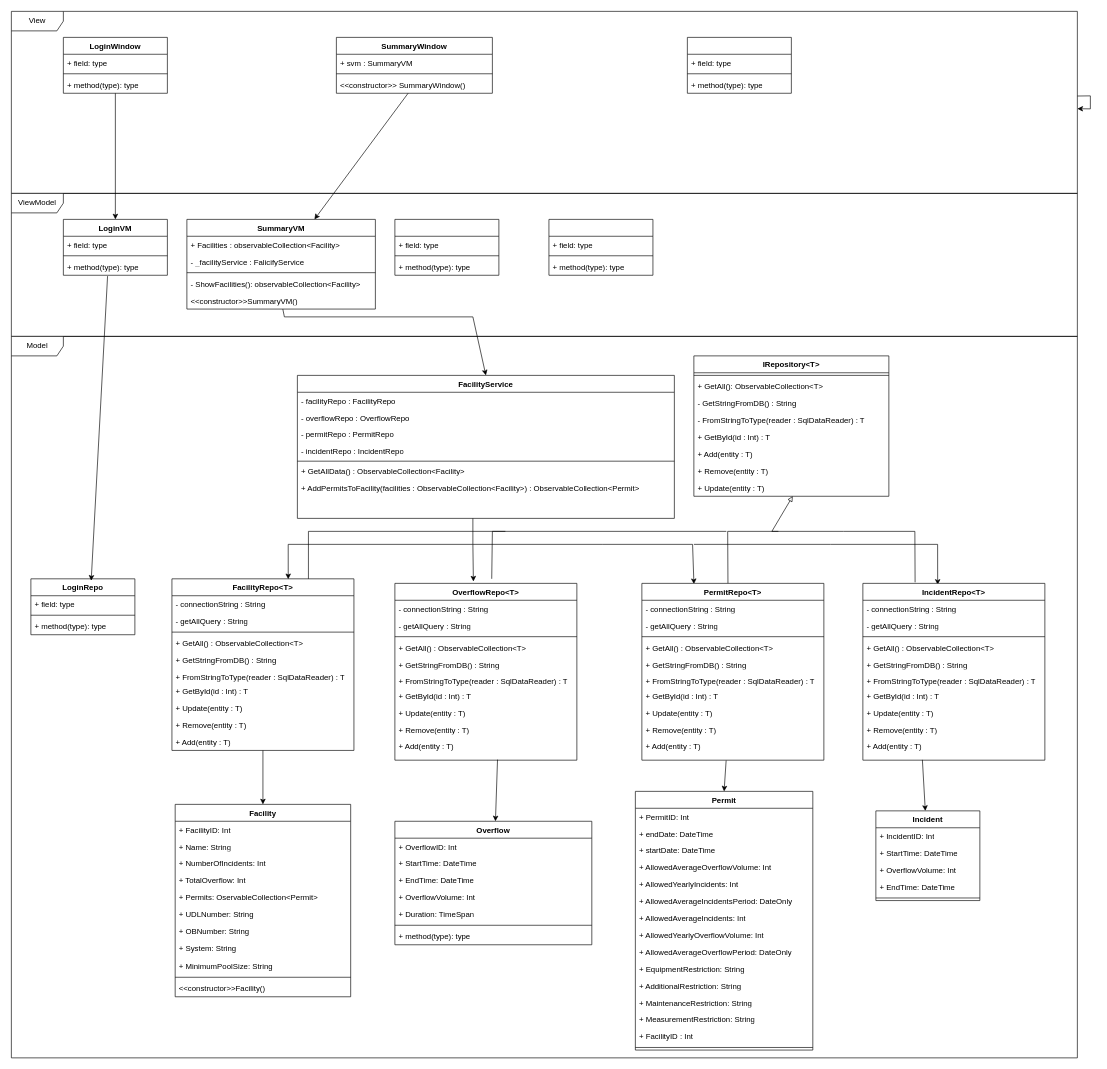
Above: page "DCD" (2 of 3) of SD og DCD final.drawio in DScharla/T14 (draw.io), before the change. Source tidied: cells renumbered, new cells numbered last; positions are measured from the earlier drawing's top-left corner, leaving out a move shared by most shapes. Both pictures are drawn from the tidied source at 65%, with x=0, y=0 at pixel (11, 11).
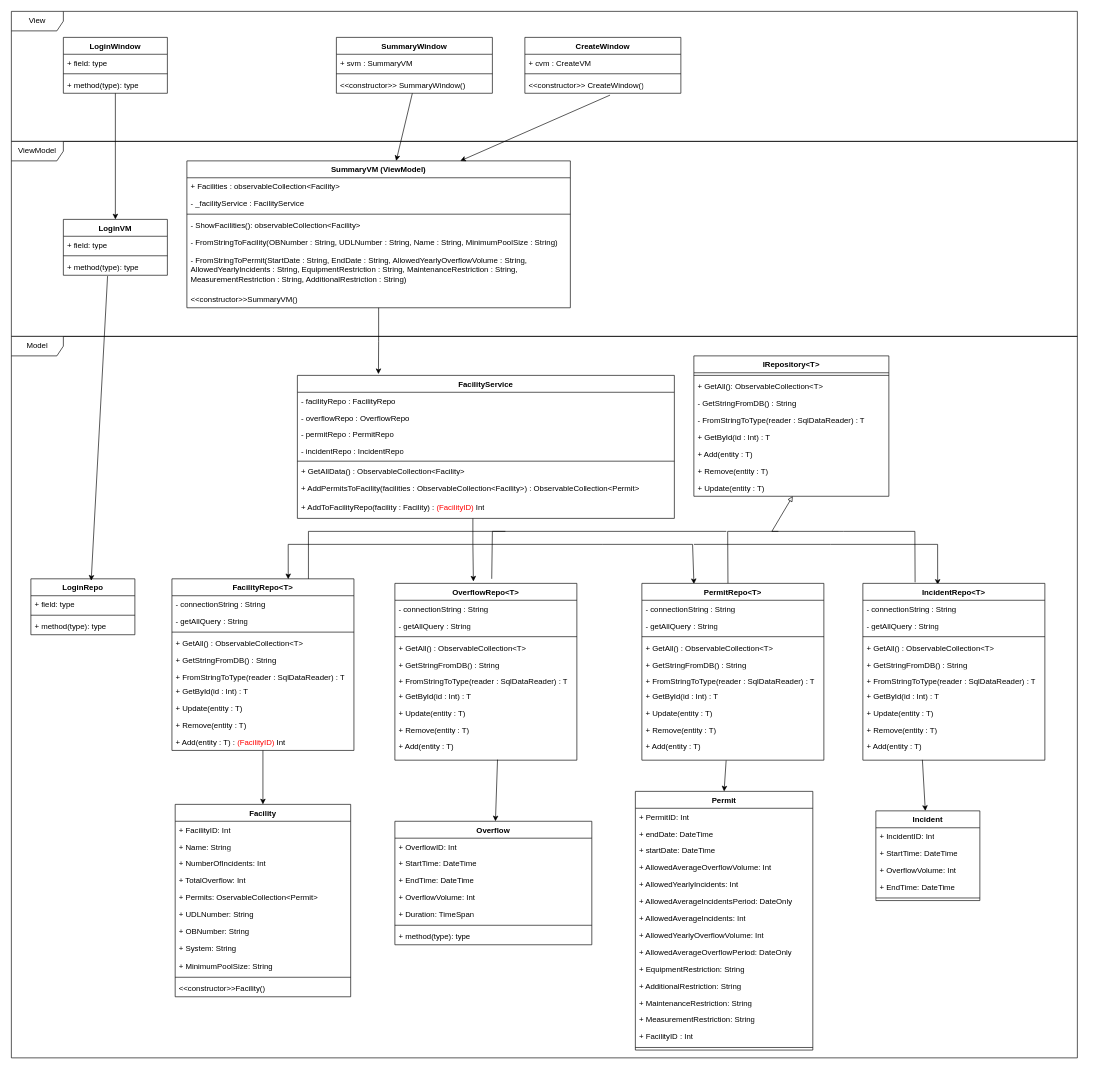
After the change.

The change refers to these unchanged cells:
```xml
<mxCell id="24" value="FacilityRepo&amp;lt;T&amp;gt;" style="swimlane;fontStyle=1;align=center;verticalAlign=top;horizontal=1;startSize=26;whiteSpace=wrap;html=1;" parent="1" vertex="1">
  <mxGeometry x="247" y="873" width="280" height="264" as="geometry" />
</mxCell>
<mxCell id="106" value="FacilityService" style="swimlane;fontStyle=1;align=center;verticalAlign=top;horizontal=1;startSize=26;whiteSpace=wrap;html=1;" parent="1" vertex="1">
  <mxGeometry x="440" y="560" width="580" height="220" as="geometry" />
</mxCell>
```

What changed in the source:
```diff
@@
+    <mxCell id="159" style="edgeStyle=orthogonalEdgeStyle;rounded=0;jettySize=auto;html=1;entryX=0.215;entryY=-0.009;entryDx=0;entryDy=0;entryPerimeter=0;" parent="1" edge="1" source="14" target="106">
+      <mxGeometry relative="1" as="geometry" />
+    </mxCell>
-    <mxCell id="14" value="SummaryVM" style="swimlane;fontStyle=1;align=center;verticalAlign=top;horizontal=1;startSize=26;whiteSpace=wrap;html=1;" parent="1" vertex="1">
-      <mxGeometry x="270" y="320" width="290" height="138" as="geometry" />
+    <mxCell id="14" value="SummaryVM (ViewModel)" style="swimlane;fontStyle=1;align=center;verticalAlign=top;horizontal=1;startSize=26;whiteSpace=wrap;html=1;" parent="1" vertex="1">
+      <mxGeometry x="270" y="230" width="590" height="226" as="geometry" />
     </mxCell>
     <mxCell id="15" value="+ Facilities : observableCollection&amp;lt;Facility&amp;gt;" style="text;strokeColor=none;fillColor=none;align=left;verticalAlign=top;spacingLeft=4;spacingRight=4;overflow=hidden;whiteSpace=wrap;html=1;" parent="14" vertex="1">
-      <mxGeometry y="26" width="290" height="26" as="geometry" />
+      <mxGeometry y="26" width="590" height="26" as="geometry" />
     </mxCell>
-    <mxCell id="16" value="- _facilityService : FalicifyService" style="text;strokeColor=none;fillColor=none;align=left;verticalAlign=top;spacingLeft=4;spacingRight=4;overflow=hidden;whiteSpace=wrap;html=1;" parent="14" vertex="1">
-      <mxGeometry y="52" width="290" height="26" as="geometry" />
+    <mxCell id="16" value="- _facilityService : FacilityService" style="text;strokeColor=none;fillColor=none;align=left;verticalAlign=top;spacingLeft=4;spacingRight=4;overflow=hidden;whiteSpace=wrap;html=1;" parent="14" vertex="1">
+      <mxGeometry y="52" width="590" height="26" as="geometry" />
     </mxCell>
     <mxCell id="17" style="line;strokeWidth=1;fillColor=none;align=left;verticalAlign=middle;spacingTop=-1;spacingLeft=3;spacingRight=3;labelPosition=right;strokeColor=inherit;" parent="14" vertex="1">
-      <mxGeometry y="78" width="290" height="8" as="geometry" />
+      <mxGeometry y="78" width="590" height="8" as="geometry" />
     </mxCell>
     <mxCell id="18" value="- ShowFacilities(): observableCollection&amp;lt;Facility&amp;gt;" style="text;strokeColor=none;fillColor=none;align=left;verticalAlign=top;spacingLeft=4;spacingRight=4;overflow=hidden;whiteSpace=wrap;html=1;" parent="14" vertex="1">
-      <mxGeometry y="86" width="290" height="26" as="geometry" />
+      <mxGeometry y="86" width="590" height="26" as="geometry" />
     </mxCell>
+    <mxCell id="160" value="- FromStringToFacility(OBNumber : String, UDLNumber : String, Name : String, MinimumPoolSize : String)" style="text;strokeColor=none;fillColor=none;align=left;verticalAlign=top;spacingLeft=4;spacingRight=4;overflow=hidden;whiteSpace=wrap;html=1;" parent="14" vertex="1">
+      <mxGeometry y="112" width="590" height="28" as="geometry" />
+    </mxCell>
+    <mxCell id="161" value="- FromStringToPermit(&lt;span style=&quot;background-color: initial;&quot;&gt;StartDate : String, EndDate : String, AllowedYearlyOverflowVolume : String, AllowedYearlyIncidents : String,&amp;nbsp;&lt;/span&gt;&lt;span style=&quot;background-color: initial;&quot;&gt;EquipmentRestriction&lt;/span&gt;&amp;nbsp;: String&lt;span style=&quot;background-color: initial;&quot;&gt;, MaintenanceRestriction&lt;/span&gt;&amp;nbsp;: String&lt;span style=&quot;background-color: initial;&quot;&gt;, MeasurementRestriction&lt;/span&gt;&amp;nbsp;: String&lt;span style=&quot;background-color: initial;&quot;&gt;, AdditionalRestriction&lt;/span&gt;&amp;nbsp;: String&lt;span style=&quot;background-color: initial;&quot;&gt;)&lt;/span&gt;" style="text;strokeColor=none;fillColor=none;align=left;verticalAlign=top;spacingLeft=4;spacingRight=4;overflow=hidden;whiteSpace=wrap;html=1;" parent="14" vertex="1">
+      <mxGeometry y="140" width="590" height="60" as="geometry" />
+    </mxCell>
     <mxCell id="19" value="&amp;lt;&amp;lt;constructor&amp;gt;&amp;gt;SummaryVM()" style="text;strokeColor=none;fillColor=none;align=left;verticalAlign=top;spacingLeft=4;spacingRight=4;overflow=hidden;points=[[0,0.5],[1,0.5]];portConstraint=eastwest;whiteSpace=wrap;html=1;" parent="14" vertex="1">
-      <mxGeometry y="112" width="290" height="26" as="geometry" />
+      <mxGeometry y="200" width="590" height="26" as="geometry" />
     </mxCell>
@@
-    <mxCell id="34" value="+ Add(entity : T)" style="text;strokeColor=none;fillColor=none;align=left;verticalAlign=top;spacingLeft=4;spacingRight=4;overflow=hidden;points=[[0,0.5],[1,0.5]];portConstraint=eastwest;whiteSpace=wrap;html=1;" parent="24" vertex="1">
+    <mxCell id="34" value="+ Add(entity : T) :&amp;nbsp;&lt;font color=&quot;#ff0000&quot;&gt;(FacilityID)&lt;/font&gt;&amp;nbsp;Int" style="text;strokeColor=none;fillColor=none;align=left;verticalAlign=top;spacingLeft=4;spacingRight=4;overflow=hidden;points=[[0,0.5],[1,0.5]];portConstraint=eastwest;whiteSpace=wrap;html=1;" parent="24" vertex="1">
       <mxGeometry y="238" width="280" height="26" as="geometry" />
     </mxCell>
-    <mxCell id="35" style="swimlane;fontStyle=1;align=center;verticalAlign=top;horizontal=1;startSize=26;whiteSpace=wrap;html=1;" parent="1" vertex="1">
-      <mxGeometry x="1040" y="40" width="160" height="86" as="geometry" />
-    </mxCell>
-    <mxCell id="36" value="+ field: type" style="text;strokeColor=none;fillColor=none;align=left;verticalAlign=top;spacingLeft=4;spacingRight=4;overflow=hidden;whiteSpace=wrap;html=1;" parent="35" vertex="1">
-      <mxGeometry y="26" width="160" height="26" as="geometry" />
-    </mxCell>
-    <mxCell id="37" style="line;strokeWidth=1;fillColor=none;align=left;verticalAlign=middle;spacingTop=-1;spacingLeft=3;spacingRight=3;labelPosition=right;strokeColor=inherit;" parent="35" vertex="1">
-      <mxGeometry y="52" width="160" height="8" as="geometry" />
-    </mxCell>
-    <mxCell id="38" value="+ method(type): type" style="text;strokeColor=none;fillColor=none;align=left;verticalAlign=top;spacingLeft=4;spacingRight=4;overflow=hidden;whiteSpace=wrap;html=1;" parent="35" vertex="1">
-      <mxGeometry y="60" width="160" height="26" as="geometry" />
-    </mxCell>
-    <mxCell id="39" style="swimlane;fontStyle=1;align=center;verticalAlign=top;horizontal=1;startSize=26;whiteSpace=wrap;html=1;" parent="1" vertex="1">
-      <mxGeometry x="827" y="320" width="160" height="86" as="geometry" />
-    </mxCell>
-    <mxCell id="40" value="+ field: type" style="text;strokeColor=none;fillColor=none;align=left;verticalAlign=top;spacingLeft=4;spacingRight=4;overflow=hidden;whiteSpace=wrap;html=1;" parent="39" vertex="1">
-      <mxGeometry y="26" width="160" height="26" as="geometry" />
-    </mxCell>
-    <mxCell id="41" style="line;strokeWidth=1;fillColor=none;align=left;verticalAlign=middle;spacingTop=-1;spacingLeft=3;spacingRight=3;labelPosition=right;strokeColor=inherit;" parent="39" vertex="1">
-      <mxGeometry y="52" width="160" height="8" as="geometry" />
-    </mxCell>
-    <mxCell id="42" value="+ method(type): type" style="text;strokeColor=none;fillColor=none;align=left;verticalAlign=top;spacingLeft=4;spacingRight=4;overflow=hidden;whiteSpace=wrap;html=1;" parent="39" vertex="1">
-      <mxGeometry y="60" width="160" height="26" as="geometry" />
-    </mxCell>
@@
     <mxCell id="55" value="View" style="shape=umlFrame;whiteSpace=wrap;html=1;width=80;height=30;" parent="1" vertex="1">
-      <mxGeometry width="1640" height="280" as="geometry" />
+      <mxGeometry width="1640" height="200" as="geometry" />
     </mxCell>
     <mxCell id="56" value="ViewModel" style="shape=umlFrame;whiteSpace=wrap;html=1;width=80;height=30;" parent="1" vertex="1">
-      <mxGeometry y="280" width="1640" height="220" as="geometry" />
+      <mxGeometry y="200" width="1640" height="300" as="geometry" />
     </mxCell>
@@
-    <mxCell id="97" style="swimlane;fontStyle=1;align=center;verticalAlign=top;horizontal=1;startSize=26;whiteSpace=wrap;html=1;" parent="1" vertex="1">
-      <mxGeometry x="590" y="320" width="160" height="86" as="geometry" />
-    </mxCell>
-    <mxCell id="98" value="+ field: type" style="text;strokeColor=none;fillColor=none;align=left;verticalAlign=top;spacingLeft=4;spacingRight=4;overflow=hidden;whiteSpace=wrap;html=1;" parent="97" vertex="1">
-      <mxGeometry y="26" width="160" height="26" as="geometry" />
-    </mxCell>
-    <mxCell id="99" style="line;strokeWidth=1;fillColor=none;align=left;verticalAlign=middle;spacingTop=-1;spacingLeft=3;spacingRight=3;labelPosition=right;strokeColor=inherit;" parent="97" vertex="1">
-      <mxGeometry y="52" width="160" height="8" as="geometry" />
-    </mxCell>
-    <mxCell id="100" value="+ method(type): type" style="text;strokeColor=none;fillColor=none;align=left;verticalAlign=top;spacingLeft=4;spacingRight=4;overflow=hidden;whiteSpace=wrap;html=1;" parent="97" vertex="1">
-      <mxGeometry y="60" width="160" height="26" as="geometry" />
-    </mxCell>
-    <mxCell id="101" style="endArrow=classic;html=1;rounded=0;" parent="1" edge="1" source="55" target="55">
-      <mxGeometry relative="1" as="geometry">
-        <Array as="points">
-          <mxPoint x="310" y="230" />
-        </Array>
-      </mxGeometry>
-    </mxCell>
@@
-    <mxCell id="104" style="endArrow=classic;html=1;rounded=0;entryX=0.5;entryY=0;entryDx=0;entryDy=0;" parent="1" edge="1" source="19" target="106">
-      <mxGeometry relative="1" as="geometry">
-        <Array as="points">
-          <mxPoint x="420" y="470" />
-          <mxPoint x="710" y="470" />
-        </Array>
-      </mxGeometry>
-    </mxCell>
@@
     <mxCell id="113" value="+ AddPermitsToFacility(facilities : ObservableCollection&amp;lt;Facility&amp;gt;) : ObservableCollection&amp;lt;Permit&amp;gt;" style="text;strokeColor=none;fillColor=none;align=left;verticalAlign=top;spacingLeft=4;spacingRight=4;overflow=hidden;whiteSpace=wrap;html=1;" parent="106" vertex="1">
-      <mxGeometry y="160" width="580" height="60" as="geometry" />
+      <mxGeometry y="160" width="580" height="30" as="geometry" />
     </mxCell>
+    <mxCell id="162" value="+ AddToFacilityRepo(facility : Facility) : &lt;font color=&quot;#ff0000&quot;&gt;(FacilityID)&lt;/font&gt;&amp;nbsp;Int" style="text;strokeColor=none;fillColor=none;align=left;verticalAlign=top;spacingLeft=4;spacingRight=4;overflow=hidden;whiteSpace=wrap;html=1;" parent="106" vertex="1">
+      <mxGeometry y="190" width="580" height="30" as="geometry" />
+    </mxCell>
@@
+    <mxCell id="163" value="CreateWindow" style="swimlane;fontStyle=1;align=center;verticalAlign=top;horizontal=1;startSize=26;whiteSpace=wrap;html=1;" parent="1" vertex="1">
+      <mxGeometry x="790" y="40" width="240" height="86" as="geometry" />
+    </mxCell>
+    <mxCell id="164" value="+ cvm : CreateVM" style="text;strokeColor=none;fillColor=none;align=left;verticalAlign=top;spacingLeft=4;spacingRight=4;overflow=hidden;whiteSpace=wrap;html=1;" parent="163" vertex="1">
+      <mxGeometry y="26" width="240" height="26" as="geometry" />
+    </mxCell>
+    <mxCell id="165" style="line;strokeWidth=1;fillColor=none;align=left;verticalAlign=middle;spacingTop=-1;spacingLeft=3;spacingRight=3;labelPosition=right;strokeColor=inherit;" parent="163" vertex="1">
+      <mxGeometry y="52" width="240" height="8" as="geometry" />
+    </mxCell>
+    <mxCell id="166" value="&amp;lt;&amp;lt;constructor&amp;gt;&amp;gt; CreateWindow()" style="text;strokeColor=none;fillColor=none;align=left;verticalAlign=top;spacingLeft=4;spacingRight=4;overflow=hidden;points=[[0,0.5],[1,0.5]];portConstraint=eastwest;whiteSpace=wrap;html=1;" parent="163" vertex="1">
+      <mxGeometry y="60" width="240" height="26" as="geometry" />
+    </mxCell>
+    <mxCell id="167" style="endArrow=classic;html=1;rounded=0;exitX=0.546;exitY=1.109;exitDx=0;exitDy=0;exitPerimeter=0;entryX=0.713;entryY=0;entryDx=0;entryDy=0;entryPerimeter=0;" parent="1" edge="1" source="166" target="14">
+      <mxGeometry relative="1" as="geometry" />
+    </mxCell>
```
